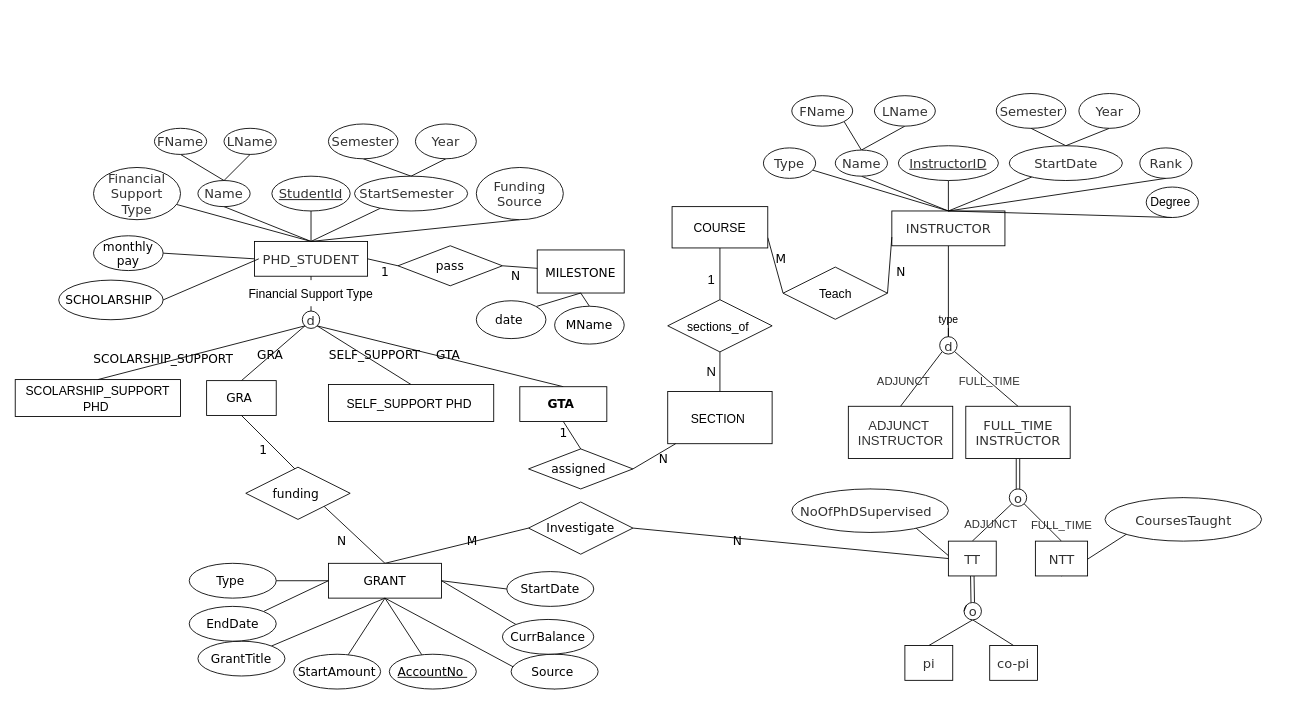
Above: htmldemo/Untitled Diagram.drawio in wudinggui-qwe/test1 (draw.io), before the change. Source tidied: cells renumbered, new cells numbered last; positions are measured from the earlier drawing's top-left corner, leaving out a move shared by most shapes. Both pictures are drawn from the tidied source at 87%, with x=0, y=0 at pixel (15, 93).
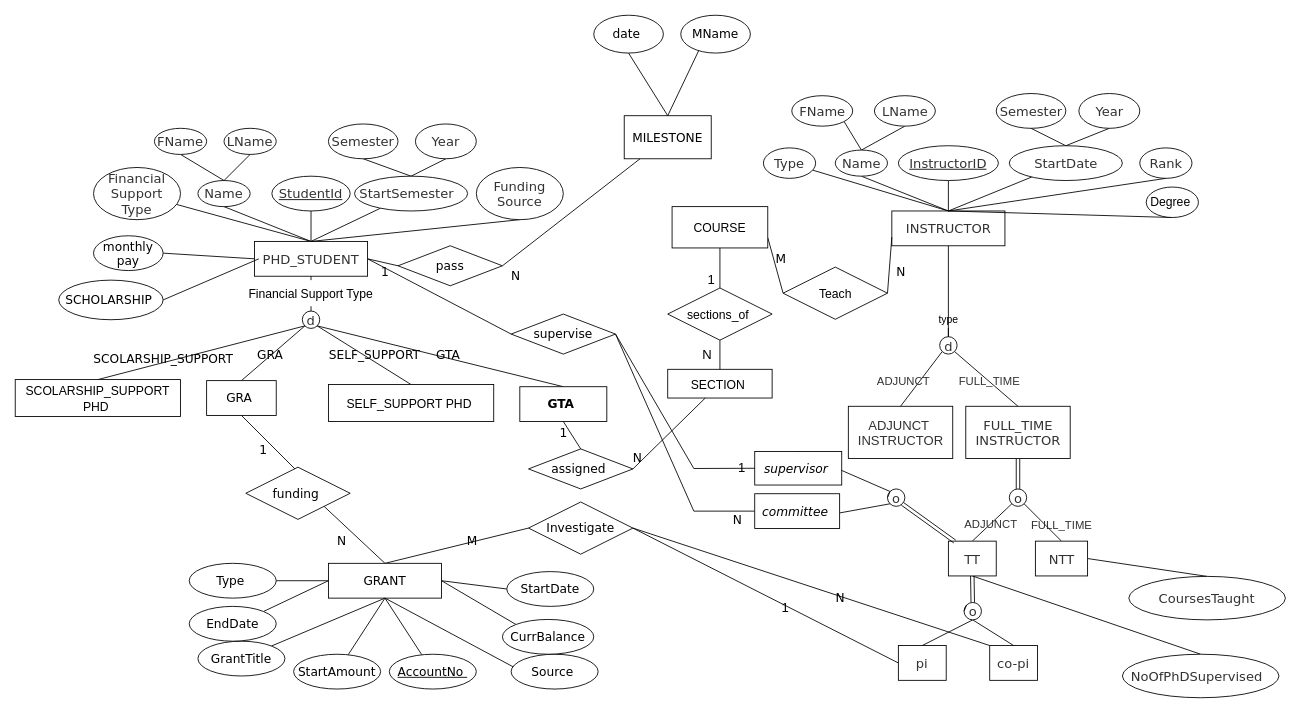
Above is the later version.

Unchanged cells that the change refers to:
```xml
<mxCell id="3" value="&lt;span style=&quot;color: rgb(50, 50, 50); font-family: verdana; font-size: 15px; background-color: rgba(255, 255, 255, 0.01);&quot;&gt;PHD_STUDENT&lt;/span&gt;" style="rounded=0;whiteSpace=wrap;html=1;fontStyle=0;" parent="1" vertex="1">
  <mxGeometry x="275" y="170" width="130" height="40" as="geometry" />
</mxCell>
<mxCell id="64" value="&lt;span style=&quot;color: rgb(50, 50, 50); font-family: verdana; background-color: rgba(255, 255, 255, 0.01);&quot;&gt;TT&lt;/span&gt;" style="rounded=0;whiteSpace=wrap;html=1;fontSize=15;fillColor=#ffffff;align=center;verticalAlign=middle;fontStyle=0;" parent="1" vertex="1">
  <mxGeometry x="1072.6" y="514.5" width="55" height="40" as="geometry" />
</mxCell>
<mxCell id="66" value="&lt;span style=&quot;color: rgb(50, 50, 50); font-family: verdana; background-color: rgba(255, 255, 255, 0.01);&quot;&gt;NTT&lt;/span&gt;" style="rounded=0;whiteSpace=wrap;html=1;fontSize=15;fillColor=#ffffff;align=center;verticalAlign=middle;fontStyle=0;" parent="1" vertex="1">
  <mxGeometry x="1172.6" y="514.5" width="60" height="40" as="geometry" />
</mxCell>
<mxCell id="114" value="&lt;p class=&quot;MsoNormal&quot;&gt;&lt;span style=&quot;font-size: 10.5pt&quot;&gt;Investigate&lt;/span&gt;&lt;/p&gt;" style="shape=rhombus;perimeter=rhombusPerimeter;whiteSpace=wrap;html=1;align=center;fontFamily=Verdana;fontSize=14;fontColor=#000000;fillColor=#ffffff;" parent="1" vertex="1">
  <mxGeometry x="590" y="469.5" width="120" height="60" as="geometry" />
</mxCell>
<mxCell id="121" value="&lt;span style=&quot;color: rgb(50 , 50 , 50) ; font-family: &amp;#34;verdana&amp;#34; ; background-color: rgba(255 , 255 , 255 , 0.01)&quot;&gt;co-pi&lt;/span&gt;" style="rounded=0;whiteSpace=wrap;html=1;fontSize=15;fillColor=#ffffff;align=center;verticalAlign=middle;fontStyle=0;" parent="1" vertex="1">
  <mxGeometry x="1120.1" y="634.5" width="55" height="40" as="geometry" />
</mxCell>
```

Diff of the diagram source:
```diff
@@
+    <mxCell id="147" style="edgeStyle=none;rounded=0;sketch=0;jettySize=auto;html=1;exitX=1;exitY=0.5;exitDx=0;exitDy=0;shadow=0;fontFamily=Verdana;fontSize=14;fontColor=#000000;endArrow=none;endFill=0;entryX=0;entryY=0.5;entryDx=0;entryDy=0;" parent="1" edge="1" source="3" target="160">
+      <mxGeometry relative="1" as="geometry" />
+    </mxCell>
@@
-    <mxCell id="65" style="edgeStyle=none;rounded=0;sketch=0;jettySize=auto;html=1;exitX=0.5;exitY=1;exitDx=0;exitDy=0;entryX=0.5;entryY=0;entryDx=0;entryDy=0;shadow=0;fontSize=15;endArrow=none;endFill=0;" parent="1" edge="1" source="66" target="68">
+    <mxCell id="65" style="edgeStyle=none;rounded=0;sketch=0;jettySize=auto;html=1;exitX=1;exitY=0.5;exitDx=0;exitDy=0;entryX=0.5;entryY=0;entryDx=0;entryDy=0;shadow=0;fontSize=15;endArrow=none;endFill=0;" parent="1" edge="1" source="66" target="68">
       <mxGeometry relative="1" as="geometry" />
     </mxCell>
@@
     <mxCell id="67" value="&lt;span style=&quot;color: rgb(50, 50, 50); font-family: verdana; background-color: rgba(255, 255, 255, 0.01);&quot;&gt;NoOfPhDSupervised&amp;nbsp;&amp;nbsp;&lt;/span&gt;" style="ellipse;whiteSpace=wrap;html=1;fontSize=15;fillColor=#ffffff;align=center;verticalAlign=middle;fontStyle=0;" parent="1" vertex="1">
-      <mxGeometry x="892.6" y="454.5" width="180" height="50" as="geometry" />
+      <mxGeometry x="1272.6" y="644.5" width="180" height="50" as="geometry" />
     </mxCell>
     <mxCell id="68" value="&lt;span style=&quot;color: rgb(50, 50, 50); font-family: verdana; background-color: rgba(255, 255, 255, 0.01);&quot;&gt;CoursesTaught&lt;/span&gt;" style="ellipse;whiteSpace=wrap;html=1;fontSize=15;fillColor=#ffffff;align=center;verticalAlign=middle;fontStyle=0;" parent="1" vertex="1">
-      <mxGeometry x="1252.6" y="464.5" width="180" height="50" as="geometry" />
+      <mxGeometry x="1280" y="555" width="180" height="50" as="geometry" />
     </mxCell>
@@
     <mxCell id="75" value="&lt;p class=&quot;MsoNormal&quot;&gt;&lt;span style=&quot;font-size: 10.5pt&quot;&gt;MILESTONE&lt;/span&gt;&lt;/p&gt;" style="rounded=0;whiteSpace=wrap;html=1;fontSize=15;fillColor=#ffffff;align=center;verticalAlign=middle;fontFamily=Verdana;" parent="1" vertex="1">
-      <mxGeometry x="600" y="179.8" width="100" height="49.5" as="geometry" />
+      <mxGeometry x="700" y="25.5" width="100" height="49.5" as="geometry" />
     </mxCell>
     <mxCell id="76" value="&lt;p class=&quot;MsoNormal&quot;&gt;&lt;span style=&quot;font-size: 10.5pt&quot;&gt;SECTION&lt;/span&gt;&lt;span style=&quot;font-size: 10.5pt&quot;&gt;&amp;nbsp;&lt;/span&gt;&lt;/p&gt;" style="rounded=0;whiteSpace=wrap;html=1;fontFamily=Helvetica;fontSize=15;fillColor=#ffffff;align=center;verticalAlign=middle;" parent="1" vertex="1">
-      <mxGeometry x="750" y="342.5" width="120" height="60" as="geometry" />
+      <mxGeometry x="750" y="317" width="120" height="33" as="geometry" />
     </mxCell>
@@
     <mxCell id="80" value="&lt;p class=&quot;MsoNormal&quot;&gt;&lt;span&gt;&lt;span&gt;&lt;span style=&quot;font-size: 10.5pt;&quot;&gt;sections_of&amp;nbsp;&lt;/span&gt;&lt;/span&gt;&lt;/span&gt;&lt;/p&gt;" style="shape=rhombus;perimeter=rhombusPerimeter;whiteSpace=wrap;html=1;align=center;fontFamily=Helvetica;fontSize=15;fontColor=none;fillColor=#ffffff;fontStyle=0;" parent="1" vertex="1">
-      <mxGeometry x="750" y="237" width="120" height="60" as="geometry" />
+      <mxGeometry x="750" y="223.5" width="120" height="60" as="geometry" />
     </mxCell>
@@
     <mxCell id="85" value="N" style="text;html=1;align=center;verticalAlign=middle;fillColor=none;strokeColor=none;rounded=0;fontFamily=Helvetica;fontSize=15;fontColor=none;" parent="1" vertex="1">
-      <mxGeometry x="785" y="308.5" width="30" height="20" as="geometry" />
+      <mxGeometry x="780" y="290" width="30" height="20" as="geometry" />
     </mxCell>
@@
-    <mxCell id="113" style="edgeStyle=none;rounded=0;sketch=0;jettySize=auto;html=1;exitX=1;exitY=0.5;exitDx=0;exitDy=0;entryX=0;entryY=0.5;entryDx=0;entryDy=0;shadow=0;fontFamily=Verdana;fontSize=14;fontColor=#000000;endArrow=none;endFill=0;" parent="1" edge="1" source="114" target="64">
-      <mxGeometry relative="1" as="geometry" />
-    </mxCell>
@@
+    <mxCell id="148" style="edgeStyle=none;rounded=0;sketch=0;jettySize=auto;html=1;exitX=0;exitY=0.5;exitDx=0;exitDy=0;entryX=1;entryY=0.5;entryDx=0;entryDy=0;shadow=0;fontFamily=Verdana;fontSize=14;fontColor=#000000;endArrow=none;endFill=0;" parent="1" edge="1" source="120" target="114">
+      <mxGeometry relative="1" as="geometry" />
+    </mxCell>
     <mxCell id="120" value="&lt;span style=&quot;color: rgb(50 , 50 , 50) ; font-family: &amp;#34;verdana&amp;#34; ; background-color: rgba(255 , 255 , 255 , 0.01)&quot;&gt;pi&lt;/span&gt;" style="rounded=0;whiteSpace=wrap;html=1;fontSize=15;fillColor=#ffffff;align=center;verticalAlign=middle;fontStyle=0;" parent="1" vertex="1">
-      <mxGeometry x="1022.6" y="634.5" width="55" height="40" as="geometry" />
+      <mxGeometry x="1015.1" y="634.5" width="55" height="40" as="geometry" />
     </mxCell>
+    <mxCell id="149" style="edgeStyle=none;rounded=0;sketch=0;jettySize=auto;html=1;exitX=0;exitY=0;exitDx=0;exitDy=0;entryX=1;entryY=0.5;entryDx=0;entryDy=0;shadow=0;fontFamily=Verdana;fontSize=14;fontColor=#000000;endArrow=none;endFill=0;" parent="1" edge="1" source="121" target="114">
+      <mxGeometry relative="1" as="geometry" />
+    </mxCell>
@@
     <mxCell id="131" value="N" style="text;html=1;align=center;verticalAlign=middle;fillColor=none;strokeColor=none;rounded=0;fontFamily=Verdana;fontSize=14;fontColor=#000000;" parent="1" vertex="1">
-      <mxGeometry x="730" y="409.5" width="30" height="20" as="geometry" />
+      <mxGeometry x="700" y="408.5" width="30" height="20" as="geometry" />
     </mxCell>
@@
     <mxCell id="133" value="N" style="text;html=1;align=center;verticalAlign=middle;fillColor=none;strokeColor=none;rounded=0;fontFamily=Verdana;fontSize=14;fontColor=#000000;fontStyle=0;" parent="1" vertex="1">
-      <mxGeometry x="815" y="505" width="30" height="20" as="geometry" />
+      <mxGeometry x="932.6" y="570" width="30" height="20" as="geometry" />
     </mxCell>
@@
-    <mxCell id="138" style="edgeStyle=none;rounded=0;sketch=0;jettySize=auto;html=1;exitX=1;exitY=0;exitDx=0;exitDy=0;entryX=0.5;entryY=1;entryDx=0;entryDy=0;shadow=0;fontFamily=Verdana;fontSize=14;fontColor=#000000;endArrow=none;endFill=0;" parent="1" edge="1" source="139" target="75">
+    <mxCell id="138" style="edgeStyle=none;rounded=0;sketch=0;jettySize=auto;html=1;exitX=0.5;exitY=1;exitDx=0;exitDy=0;entryX=0.5;entryY=0;entryDx=0;entryDy=0;shadow=0;fontFamily=Verdana;fontSize=14;fontColor=#000000;endArrow=none;endFill=0;" parent="1" edge="1" source="139" target="75">
       <mxGeometry relative="1" as="geometry" />
     </mxCell>
     <mxCell id="139" value="&lt;p class=&quot;MsoNormal&quot;&gt;&lt;span style=&quot;font-size: 10.5pt&quot;&gt;&lt;font face=&quot;Verdana&quot;&gt;date&amp;nbsp;&lt;/font&gt;&lt;/span&gt;&lt;/p&gt;" style="ellipse;whiteSpace=wrap;html=1;fontStyle=0;verticalAlign=middle;align=center;horizontal=1;" parent="1" vertex="1">
-      <mxGeometry x="530" y="238.2" width="80" height="43.5" as="geometry" />
+      <mxGeometry x="665" y="-90" width="80" height="43.5" as="geometry" />
     </mxCell>
-    <mxCell id="140" style="edgeStyle=none;rounded=0;sketch=0;jettySize=auto;html=1;exitX=0.5;exitY=0;exitDx=0;exitDy=0;entryX=0.5;entryY=1;entryDx=0;entryDy=0;shadow=0;fontFamily=Verdana;fontSize=14;fontColor=#000000;endArrow=none;endFill=0;" parent="1" edge="1" source="141" target="75">
+    <mxCell id="140" style="edgeStyle=none;rounded=0;sketch=0;jettySize=auto;html=1;exitX=0.5;exitY=0;exitDx=0;exitDy=0;shadow=0;fontFamily=Verdana;fontSize=14;fontColor=#000000;endArrow=none;endFill=0;entryX=0.5;entryY=0;entryDx=0;entryDy=0;" parent="1" edge="1" source="141" target="75">
       <mxGeometry relative="1" as="geometry" />
     </mxCell>
     <mxCell id="141" value="&lt;p class=&quot;MsoNormal&quot;&gt;&lt;span style=&quot;font-size: 10.5pt&quot;&gt;&lt;font face=&quot;Verdana&quot;&gt;MName&lt;/font&gt;&lt;/span&gt;&lt;/p&gt;" style="ellipse;whiteSpace=wrap;html=1;fontStyle=0;verticalAlign=middle;align=center;horizontal=1;" parent="1" vertex="1">
-      <mxGeometry x="620" y="244.5" width="80" height="43.5" as="geometry" />
+      <mxGeometry x="765" y="-90" width="80" height="43.5" as="geometry" />
     </mxCell>
@@
+    <mxCell id="150" style="edgeStyle=none;rounded=0;sketch=0;jettySize=auto;html=1;entryX=0.5;entryY=0;entryDx=0;entryDy=0;shadow=0;fontFamily=Verdana;fontSize=14;fontColor=#000000;endArrow=none;endFill=0;exitX=0;exitY=0;exitDx=0;exitDy=0;" parent="1" edge="1" source="153" target="155">
+      <mxGeometry relative="1" as="geometry" />
+    </mxCell>
+    <mxCell id="151" style="edgeStyle=none;rounded=0;sketch=0;jettySize=auto;html=1;shadow=0;fontFamily=Verdana;fontSize=14;fontColor=#000000;endArrow=none;endFill=0;exitX=0;exitY=1;exitDx=0;exitDy=0;" parent="1" edge="1" source="153">
+      <mxGeometry relative="1" as="geometry">
+        <mxPoint x="948" y="482" as="targetPoint" />
+      </mxGeometry>
+    </mxCell>
+    <mxCell id="152" style="edgeStyle=none;rounded=0;sketch=0;jettySize=auto;html=1;exitX=1;exitY=1;exitDx=0;exitDy=0;shadow=0;fontFamily=Verdana;fontSize=14;fontColor=#000000;endArrow=none;endFill=0;shape=link;" parent="1" edge="1" source="153">
+      <mxGeometry relative="1" as="geometry">
+        <mxPoint x="1080" y="515" as="targetPoint" />
+      </mxGeometry>
+    </mxCell>
+    <mxCell id="153" value="&lt;font color=&quot;#323232&quot; face=&quot;verdana&quot;&gt;&lt;span style=&quot;background-color: rgba(255 , 255 , 255 , 0.01)&quot;&gt;o&lt;/span&gt;&lt;/font&gt;" style="ellipse;whiteSpace=wrap;html=1;fontSize=15;fillColor=#ffffff;align=center;verticalAlign=middle;" parent="1" vertex="1">
+      <mxGeometry x="1002.6" y="454.5" width="20" height="20" as="geometry" />
+    </mxCell>
+    <mxCell id="154" style="edgeStyle=none;rounded=0;sketch=0;orthogonalLoop=1;jettySize=auto;html=1;exitX=0;exitY=0;exitDx=0;exitDy=0;entryX=0;entryY=0.5;entryDx=0;entryDy=0;shadow=0;fontFamily=Verdana;fontSize=14;fontColor=#000000;endArrow=none;endFill=0;" parent="1" edge="1" source="153" target="153">
+      <mxGeometry relative="1" as="geometry" />
+    </mxCell>
+    <mxCell id="155" value="&lt;p class=&quot;MsoNormal&quot;&gt;&lt;font face=&quot;Verdana&quot;&gt;&lt;i&gt;&lt;span style=&quot;font-size: 10.5pt&quot;&gt;supervisor&lt;/span&gt;&lt;/i&gt;&lt;i&gt;&lt;span style=&quot;font-size: 10.5pt&quot;&gt;&amp;nbsp;&lt;/span&gt;&lt;/i&gt;&lt;/font&gt;&lt;/p&gt;" style="rounded=0;whiteSpace=wrap;html=1;fontSize=15;fillColor=#ffffff;align=center;verticalAlign=middle;fontStyle=0;" parent="1" vertex="1">
+      <mxGeometry x="850" y="411.5" width="100" height="38.5" as="geometry" />
+    </mxCell>
+    <mxCell id="156" style="edgeStyle=none;rounded=0;sketch=0;jettySize=auto;html=1;exitX=0;exitY=0.5;exitDx=0;exitDy=0;entryX=1;entryY=0.5;entryDx=0;entryDy=0;shadow=0;fontFamily=Verdana;fontSize=14;fontColor=#000000;endArrow=none;endFill=0;" parent="1" edge="1" source="157" target="160">
+      <mxGeometry relative="1" as="geometry">
+        <Array as="points">
+          <mxPoint x="780" y="480" />
+        </Array>
+      </mxGeometry>
+    </mxCell>
+    <mxCell id="157" value="&lt;p class=&quot;MsoNormal&quot;&gt;&lt;font face=&quot;Verdana&quot;&gt;&lt;span&gt;&lt;i&gt;&lt;span style=&quot;font-size: 10.5pt&quot;&gt;committee&lt;/span&gt;&lt;/i&gt;&lt;/span&gt;&lt;span style=&quot;font-size: 10.5pt&quot;&gt;&amp;nbsp;&lt;/span&gt;&lt;/font&gt;&lt;/p&gt;" style="rounded=0;whiteSpace=wrap;html=1;fontSize=15;fillColor=#ffffff;align=center;verticalAlign=middle;fontStyle=0;" parent="1" vertex="1">
+      <mxGeometry x="850" y="460" width="97.6" height="40" as="geometry" />
+    </mxCell>
+    <mxCell id="158" value="1" style="text;html=1;align=center;verticalAlign=middle;fillColor=none;strokeColor=none;rounded=0;fontFamily=Helvetica;fontSize=15;fontColor=none;" parent="1" vertex="1">
+      <mxGeometry x="875" y="580" width="20" height="20" as="geometry" />
+    </mxCell>
+    <mxCell id="159" style="edgeStyle=none;rounded=0;sketch=0;jettySize=auto;html=1;exitX=1;exitY=0.5;exitDx=0;exitDy=0;entryX=0;entryY=0.5;entryDx=0;entryDy=0;shadow=0;fontFamily=Verdana;fontSize=14;fontColor=#000000;endArrow=none;endFill=0;" parent="1" edge="1" source="160" target="155">
+      <mxGeometry relative="1" as="geometry">
+        <Array as="points">
+          <mxPoint x="780" y="431" />
+        </Array>
+      </mxGeometry>
+    </mxCell>
+    <mxCell id="160" value="&lt;p class=&quot;MsoNormal&quot;&gt;supervise&lt;/p&gt;" style="shape=rhombus;perimeter=rhombusPerimeter;whiteSpace=wrap;html=1;align=center;fontFamily=Verdana;fontSize=14;fontColor=#000000;fillColor=#ffffff;" parent="1" vertex="1">
+      <mxGeometry x="570" y="253.5" width="120" height="46" as="geometry" />
+    </mxCell>
+    <mxCell id="161" value="1" style="text;html=1;align=center;verticalAlign=middle;fillColor=none;strokeColor=none;rounded=0;fontFamily=Helvetica;fontSize=15;fontColor=none;" parent="1" vertex="1">
+      <mxGeometry x="825" y="419.5" width="20" height="20" as="geometry" />
+    </mxCell>
+    <mxCell id="162" value="N" style="text;html=1;align=center;verticalAlign=middle;fillColor=none;strokeColor=none;rounded=0;fontFamily=Verdana;fontSize=14;fontColor=#000000;fontStyle=0;" parent="1" vertex="1">
+      <mxGeometry x="815" y="480" width="30" height="20" as="geometry" />
+    </mxCell>
```
